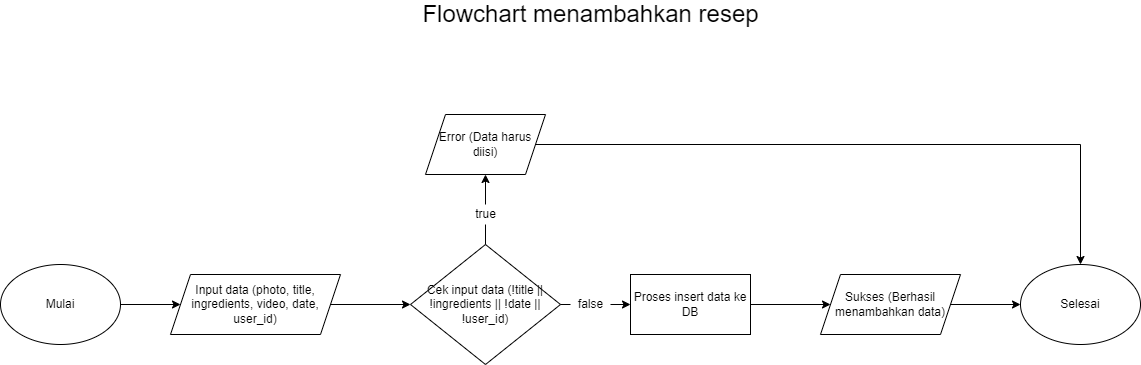
Before: Flowchart/Flowchart-createRecipe.png, a diagram exported from draw.io (edoprayoga1999/FoodRecipe-App-Backend). Source tidied: cells renumbered, new cells last; positions are measured from the earlier drawing's top-left corner, leaving out a move shared by most shapes. Source of this version:
```xml
<mxGraphModel>
  <root>
    <mxCell id="0" />
    <mxCell id="1" parent="0" />
    <mxCell id="2" style="edgeStyle=orthogonalEdgeStyle;rounded=0;jettySize=auto;html=1;exitX=1;exitY=0.5;exitDx=0;exitDy=0;entryX=0;entryY=0.5;entryDx=0;entryDy=0;" parent="1" edge="1" source="3" target="5">
      <mxGeometry relative="1" as="geometry" />
    </mxCell>
    <mxCell id="3" value="Mulai" style="ellipse;whiteSpace=wrap;html=1;" parent="1" vertex="1">
      <mxGeometry y="260" width="120" height="80" as="geometry" />
    </mxCell>
    <mxCell id="4" style="edgeStyle=orthogonalEdgeStyle;rounded=0;jettySize=auto;html=1;exitX=1;exitY=0.5;exitDx=0;exitDy=0;entryX=0;entryY=0.5;entryDx=0;entryDy=0;" parent="1" edge="1" source="5" target="8">
      <mxGeometry relative="1" as="geometry" />
    </mxCell>
    <mxCell id="5" value="Input data (photo, title, ingredients, video, date, user_id)" style="shape=parallelogram;perimeter=parallelogramPerimeter;whiteSpace=wrap;html=1;fixedSize=1;" parent="1" vertex="1">
      <mxGeometry x="170" y="270" width="170" height="60" as="geometry" />
    </mxCell>
    <mxCell id="6" style="edgeStyle=orthogonalEdgeStyle;rounded=0;jettySize=auto;html=1;exitX=0.5;exitY=0;exitDx=0;exitDy=0;entryX=0.5;entryY=1;entryDx=0;entryDy=0;startArrow=none;" parent="1" edge="1" source="15" target="10">
      <mxGeometry relative="1" as="geometry" />
    </mxCell>
    <mxCell id="7" style="edgeStyle=orthogonalEdgeStyle;rounded=0;jettySize=auto;html=1;exitX=1;exitY=0.5;exitDx=0;exitDy=0;entryX=0;entryY=0.5;entryDx=0;entryDy=0;startArrow=none;" parent="1" edge="1" source="13" target="12">
      <mxGeometry relative="1" as="geometry" />
    </mxCell>
    <mxCell id="8" value="Cek input data (!title || !ingredients || !date || !user_id)" style="rhombus;whiteSpace=wrap;html=1;" parent="1" vertex="1">
      <mxGeometry x="410" y="240" width="150" height="120" as="geometry" />
    </mxCell>
    <mxCell id="9" style="edgeStyle=orthogonalEdgeStyle;rounded=0;jettySize=auto;html=1;exitX=1;exitY=0.5;exitDx=0;exitDy=0;entryX=0.5;entryY=0;entryDx=0;entryDy=0;" parent="1" edge="1" source="10" target="19">
      <mxGeometry relative="1" as="geometry" />
    </mxCell>
    <mxCell id="10" value="Error (Data harus diisi)" style="shape=parallelogram;perimeter=parallelogramPerimeter;whiteSpace=wrap;html=1;fixedSize=1;" parent="1" vertex="1">
      <mxGeometry x="425" y="110" width="120" height="60" as="geometry" />
    </mxCell>
    <mxCell id="11" style="edgeStyle=orthogonalEdgeStyle;rounded=0;jettySize=auto;html=1;exitX=1;exitY=0.5;exitDx=0;exitDy=0;" parent="1" edge="1" source="12" target="18">
      <mxGeometry relative="1" as="geometry" />
    </mxCell>
    <mxCell id="12" value="Proses insert data ke DB" style="rounded=0;whiteSpace=wrap;html=1;" parent="1" vertex="1">
      <mxGeometry x="630" y="270" width="120" height="60" as="geometry" />
    </mxCell>
    <mxCell id="13" value="false" style="text;html=1;align=center;verticalAlign=middle;points=[];strokeColor=none;fillColor=none;" parent="1" vertex="1">
      <mxGeometry x="570" y="290" width="40" height="20" as="geometry" />
    </mxCell>
    <mxCell id="14" style="edgeStyle=orthogonalEdgeStyle;rounded=0;jettySize=auto;html=1;exitX=1;exitY=0.5;exitDx=0;exitDy=0;entryX=0;entryY=0.5;entryDx=0;entryDy=0;endArrow=none;" parent="1" edge="1" source="8" target="13">
      <mxGeometry relative="1" as="geometry" />
    </mxCell>
    <mxCell id="15" value="true" style="text;html=1;align=center;verticalAlign=middle;points=[];strokeColor=none;fillColor=none;" parent="1" vertex="1">
      <mxGeometry x="465" y="200" width="40" height="20" as="geometry" />
    </mxCell>
    <mxCell id="16" style="edgeStyle=orthogonalEdgeStyle;rounded=0;jettySize=auto;html=1;exitX=0.5;exitY=0;exitDx=0;exitDy=0;entryX=0.5;entryY=1;entryDx=0;entryDy=0;endArrow=none;" parent="1" edge="1" source="8" target="15">
      <mxGeometry relative="1" as="geometry" />
    </mxCell>
    <mxCell id="17" style="edgeStyle=orthogonalEdgeStyle;rounded=0;jettySize=auto;html=1;exitX=1;exitY=0.5;exitDx=0;exitDy=0;entryX=0;entryY=0.5;entryDx=0;entryDy=0;" parent="1" edge="1" source="18" target="19">
      <mxGeometry relative="1" as="geometry" />
    </mxCell>
    <mxCell id="18" value="Sukses (Berhasil menambahkan data)" style="shape=parallelogram;perimeter=parallelogramPerimeter;whiteSpace=wrap;html=1;fixedSize=1;" parent="1" vertex="1">
      <mxGeometry x="820" y="270" width="140" height="60" as="geometry" />
    </mxCell>
    <mxCell id="19" value="Selesai" style="ellipse;whiteSpace=wrap;html=1;" parent="1" vertex="1">
      <mxGeometry x="1020" y="260" width="120" height="80" as="geometry" />
    </mxCell>
    <mxCell id="20" value="&lt;font style=&quot;font-size: 24px&quot;&gt;Flowchart menambahkan resep&lt;/font&gt;" style="text;html=1;align=center;verticalAlign=middle;strokeColor=none;fillColor=none;" parent="1" vertex="1">
      <mxGeometry x="415" width="350" height="20" as="geometry" />
    </mxCell>
  </root>
</mxGraphModel>
```
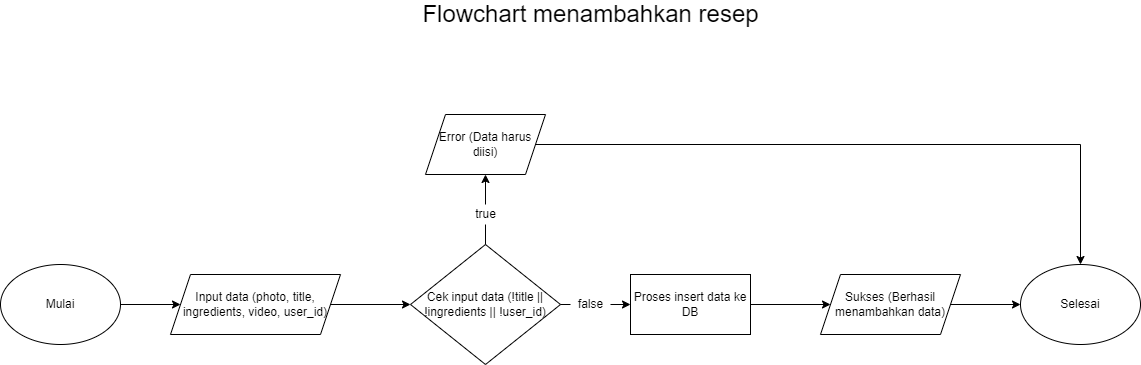
After the change.

What changed in the source:
```diff
@@ -2,27 +2,27 @@
   <root>
     <mxCell id="0" />
     <mxCell id="1" parent="0" />
-    <mxCell id="2" style="edgeStyle=orthogonalEdgeStyle;rounded=0;jettySize=auto;html=1;exitX=1;exitY=0.5;exitDx=0;exitDy=0;entryX=0;entryY=0.5;entryDx=0;entryDy=0;" parent="1" edge="1" source="3" target="5">
-      <mxGeometry relative="1" as="geometry" />
-    </mxCell>
+    <mxCell id="21" style="edgeStyle=orthogonalEdgeStyle;rounded=0;jettySize=auto;html=1;exitX=1;exitY=0.5;exitDx=0;exitDy=0;entryX=0;entryY=0.5;entryDx=0;entryDy=0;" parent="1" edge="1" source="3" target="23">
+      <mxGeometry relative="1" as="geometry" />
+    </mxCell>
     <mxCell id="3" value="Mulai" style="ellipse;whiteSpace=wrap;html=1;" parent="1" vertex="1">
       <mxGeometry y="260" width="120" height="80" as="geometry" />
     </mxCell>
-    <mxCell id="4" style="edgeStyle=orthogonalEdgeStyle;rounded=0;jettySize=auto;html=1;exitX=1;exitY=0.5;exitDx=0;exitDy=0;entryX=0;entryY=0.5;entryDx=0;entryDy=0;" parent="1" edge="1" source="5" target="8">
-      <mxGeometry relative="1" as="geometry" />
-    </mxCell>
-    <mxCell id="5" value="Input data (photo, title, ingredients, video, date, user_id)" style="shape=parallelogram;perimeter=parallelogramPerimeter;whiteSpace=wrap;html=1;fixedSize=1;" parent="1" vertex="1">
-      <mxGeometry x="170" y="270" width="170" height="60" as="geometry" />
-    </mxCell>
+    <mxCell id="22" style="edgeStyle=orthogonalEdgeStyle;rounded=0;jettySize=auto;html=1;exitX=1;exitY=0.5;exitDx=0;exitDy=0;entryX=0;entryY=0.5;entryDx=0;entryDy=0;" parent="1" edge="1" source="23" target="24">
+      <mxGeometry relative="1" as="geometry" />
+    </mxCell>
+    <mxCell id="23" value="Input data (photo, title, ingredients, video, user_id)" style="shape=parallelogram;perimeter=parallelogramPerimeter;whiteSpace=wrap;html=1;fixedSize=1;" parent="1" vertex="1">
+      <mxGeometry x="170" y="270" width="170" height="60" as="geometry" />
+    </mxCell>
     <mxCell id="6" style="edgeStyle=orthogonalEdgeStyle;rounded=0;jettySize=auto;html=1;exitX=0.5;exitY=0;exitDx=0;exitDy=0;entryX=0.5;entryY=1;entryDx=0;entryDy=0;startArrow=none;" parent="1" edge="1" source="15" target="10">
       <mxGeometry relative="1" as="geometry" />
     </mxCell>
     <mxCell id="7" style="edgeStyle=orthogonalEdgeStyle;rounded=0;jettySize=auto;html=1;exitX=1;exitY=0.5;exitDx=0;exitDy=0;entryX=0;entryY=0.5;entryDx=0;entryDy=0;startArrow=none;" parent="1" edge="1" source="13" target="12">
       <mxGeometry relative="1" as="geometry" />
     </mxCell>
-    <mxCell id="8" value="Cek input data (!title || !ingredients || !date || !user_id)" style="rhombus;whiteSpace=wrap;html=1;" parent="1" vertex="1">
-      <mxGeometry x="410" y="240" width="150" height="120" as="geometry" />
-    </mxCell>
+    <mxCell id="24" value="Cek input data (!title || !ingredients || !user_id)" style="rhombus;whiteSpace=wrap;html=1;" parent="1" vertex="1">
+      <mxGeometry x="410" y="240" width="150" height="120" as="geometry" />
+    </mxCell>
     <mxCell id="9" style="edgeStyle=orthogonalEdgeStyle;rounded=0;jettySize=auto;html=1;exitX=1;exitY=0.5;exitDx=0;exitDy=0;entryX=0.5;entryY=0;entryDx=0;entryDy=0;" parent="1" edge="1" source="10" target="19">
       <mxGeometry relative="1" as="geometry" />
     </mxCell>
@@ -38,15 +38,15 @@
     <mxCell id="13" value="false" style="text;html=1;align=center;verticalAlign=middle;points=[];strokeColor=none;fillColor=none;" parent="1" vertex="1">
       <mxGeometry x="570" y="290" width="40" height="20" as="geometry" />
     </mxCell>
-    <mxCell id="14" style="edgeStyle=orthogonalEdgeStyle;rounded=0;jettySize=auto;html=1;exitX=1;exitY=0.5;exitDx=0;exitDy=0;entryX=0;entryY=0.5;entryDx=0;entryDy=0;endArrow=none;" parent="1" edge="1" source="8" target="13">
-      <mxGeometry relative="1" as="geometry" />
-    </mxCell>
+    <mxCell id="25" style="edgeStyle=orthogonalEdgeStyle;rounded=0;jettySize=auto;html=1;exitX=1;exitY=0.5;exitDx=0;exitDy=0;entryX=0;entryY=0.5;entryDx=0;entryDy=0;endArrow=none;" parent="1" edge="1" source="24" target="13">
+      <mxGeometry relative="1" as="geometry" />
+    </mxCell>
     <mxCell id="15" value="true" style="text;html=1;align=center;verticalAlign=middle;points=[];strokeColor=none;fillColor=none;" parent="1" vertex="1">
       <mxGeometry x="465" y="200" width="40" height="20" as="geometry" />
     </mxCell>
-    <mxCell id="16" style="edgeStyle=orthogonalEdgeStyle;rounded=0;jettySize=auto;html=1;exitX=0.5;exitY=0;exitDx=0;exitDy=0;entryX=0.5;entryY=1;entryDx=0;entryDy=0;endArrow=none;" parent="1" edge="1" source="8" target="15">
-      <mxGeometry relative="1" as="geometry" />
-    </mxCell>
+    <mxCell id="26" style="edgeStyle=orthogonalEdgeStyle;rounded=0;jettySize=auto;html=1;exitX=0.5;exitY=0;exitDx=0;exitDy=0;entryX=0.5;entryY=1;entryDx=0;entryDy=0;endArrow=none;" parent="1" edge="1" source="24" target="15">
+      <mxGeometry relative="1" as="geometry" />
+    </mxCell>
     <mxCell id="17" style="edgeStyle=orthogonalEdgeStyle;rounded=0;jettySize=auto;html=1;exitX=1;exitY=0.5;exitDx=0;exitDy=0;entryX=0;entryY=0.5;entryDx=0;entryDy=0;" parent="1" edge="1" source="18" target="19">
       <mxGeometry relative="1" as="geometry" />
     </mxCell>
```
